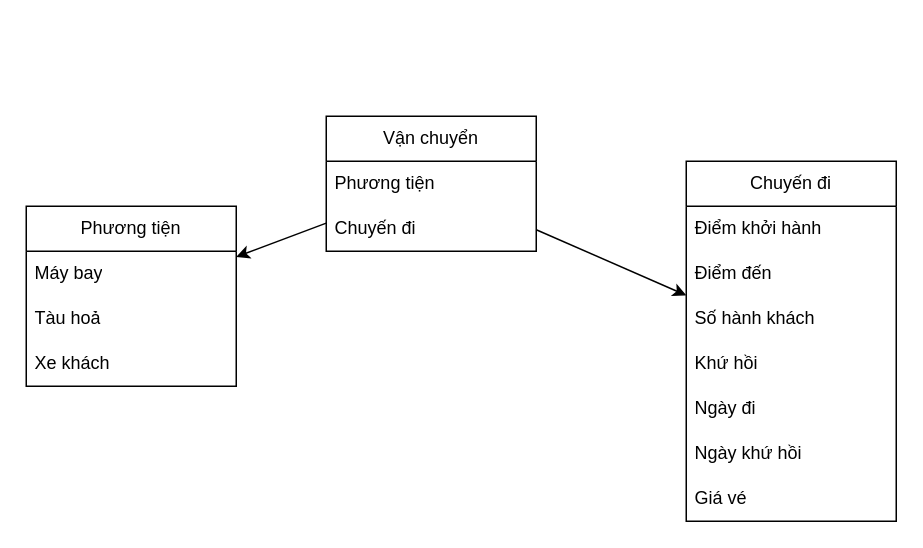
The draw.io diagram phuongTienDataBase.drawio in MNCuong/webdulich, before the edit. Source tidied: cells renumbered, new cells numbered last; positions are measured from the earlier drawing's top-left corner, leaving out a move shared by most shapes. Both pictures are drawn from the tidied source at 150%, with x=0, y=0 at pixel (26, 116).
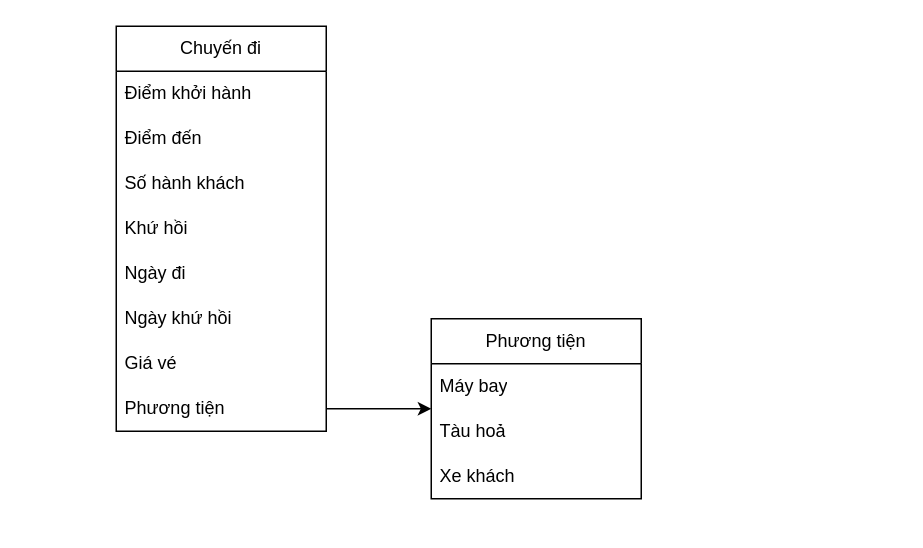
The same page after the edit.

What changed in the source:
```diff
@@
 <mxGraphModel>
   <root>
     <mxCell id="0" />
     <mxCell id="1" parent="0" />
-    <mxCell id="2" style="edgeStyle=none;html=1;" parent="1" edge="1" source="4" target="7">
-      <mxGeometry relative="1" as="geometry" />
-    </mxCell>
-    <mxCell id="3" style="edgeStyle=none;html=1;" parent="1" edge="1" source="4" target="11">
-      <mxGeometry relative="1" as="geometry" />
-    </mxCell>
-    <mxCell id="4" value="Vận chuyển" style="swimlane;fontStyle=0;horizontal=1;startSize=30;whiteSpace=wrap;html=1;" parent="1" vertex="1">
-      <mxGeometry x="200" width="140" height="90" as="geometry" />
-    </mxCell>
-    <mxCell id="5" value="Phương tiện" style="text;strokeColor=none;fillColor=none;align=left;verticalAlign=middle;spacingLeft=4;spacingRight=4;overflow=hidden;points=[[0,0.5],[1,0.5]];portConstraint=eastwest;whiteSpace=wrap;html=1;" parent="4" vertex="1">
-      <mxGeometry y="30" width="140" height="30" as="geometry" />
-    </mxCell>
-    <mxCell id="6" value="Chuyến đi" style="text;strokeColor=none;fillColor=none;align=left;verticalAlign=middle;spacingLeft=4;spacingRight=4;overflow=hidden;whiteSpace=wrap;html=1;" parent="4" vertex="1">
-      <mxGeometry y="60" width="140" height="30" as="geometry" />
-    </mxCell>
     <mxCell id="7" value="Phương tiện" style="swimlane;fontStyle=0;horizontal=1;startSize=30;whiteSpace=wrap;html=1;" parent="1" vertex="1">
-      <mxGeometry y="60" width="140" height="120" as="geometry" />
+      <mxGeometry x="270" y="135" width="140" height="120" as="geometry" />
     </mxCell>
     <mxCell id="8" value="Máy bay" style="text;strokeColor=none;fillColor=none;align=left;verticalAlign=middle;spacingLeft=4;spacingRight=4;overflow=hidden;whiteSpace=wrap;html=1;" parent="7" vertex="1">
       <mxGeometry y="30" width="140" height="30" as="geometry" />
     </mxCell>
     <mxCell id="9" value="Tàu hoả" style="text;strokeColor=none;fillColor=none;align=left;verticalAlign=middle;spacingLeft=4;spacingRight=4;overflow=hidden;whiteSpace=wrap;html=1;" parent="7" vertex="1">
       <mxGeometry y="60" width="140" height="30" as="geometry" />
     </mxCell>
     <mxCell id="10" value="Xe khách" style="text;strokeColor=none;fillColor=none;align=left;verticalAlign=middle;spacingLeft=4;spacingRight=4;overflow=hidden;whiteSpace=wrap;html=1;" parent="7" vertex="1">
       <mxGeometry y="90" width="140" height="30" as="geometry" />
     </mxCell>
     <mxCell id="11" value="Chuyến đi" style="swimlane;fontStyle=0;horizontal=1;startSize=30;whiteSpace=wrap;html=1;" parent="1" vertex="1">
-      <mxGeometry x="440" y="30" width="140" height="240" as="geometry" />
+      <mxGeometry x="60" y="-60" width="140" height="270" as="geometry" />
     </mxCell>
     <mxCell id="12" value="Điểm khởi hành" style="text;strokeColor=none;fillColor=none;align=left;verticalAlign=middle;spacingLeft=4;spacingRight=4;overflow=hidden;whiteSpace=wrap;html=1;" parent="11" vertex="1">
       <mxGeometry y="30" width="140" height="30" as="geometry" />
     </mxCell>
     <mxCell id="13" value="Điểm đến" style="text;strokeColor=none;fillColor=none;align=left;verticalAlign=middle;spacingLeft=4;spacingRight=4;overflow=hidden;whiteSpace=wrap;html=1;" parent="11" vertex="1">
       <mxGeometry y="60" width="140" height="30" as="geometry" />
     </mxCell>
     <mxCell id="14" value="Số hành khách" style="text;strokeColor=none;fillColor=none;align=left;verticalAlign=middle;spacingLeft=4;spacingRight=4;overflow=hidden;whiteSpace=wrap;html=1;" parent="11" vertex="1">
       <mxGeometry y="90" width="140" height="30" as="geometry" />
     </mxCell>
     <mxCell id="15" value="Khứ hồi" style="text;strokeColor=none;fillColor=none;align=left;verticalAlign=middle;spacingLeft=4;spacingRight=4;overflow=hidden;whiteSpace=wrap;html=1;" parent="11" vertex="1">
       <mxGeometry y="120" width="140" height="30" as="geometry" />
     </mxCell>
     <mxCell id="16" value="Ngày đi" style="text;strokeColor=none;fillColor=none;align=left;verticalAlign=middle;spacingLeft=4;spacingRight=4;overflow=hidden;whiteSpace=wrap;html=1;" parent="11" vertex="1">
       <mxGeometry y="150" width="140" height="30" as="geometry" />
     </mxCell>
     <mxCell id="17" value="Ngày khứ hồi" style="text;strokeColor=none;fillColor=none;align=left;verticalAlign=middle;spacingLeft=4;spacingRight=4;overflow=hidden;whiteSpace=wrap;html=1;" parent="11" vertex="1">
       <mxGeometry y="180" width="140" height="30" as="geometry" />
     </mxCell>
     <mxCell id="18" value="Giá vé" style="text;strokeColor=none;fillColor=none;align=left;verticalAlign=middle;spacingLeft=4;spacingRight=4;overflow=hidden;whiteSpace=wrap;html=1;" parent="11" vertex="1">
       <mxGeometry y="210" width="140" height="30" as="geometry" />
     </mxCell>
+    <mxCell id="5" value="Phương tiện" style="text;strokeColor=none;fillColor=none;align=left;verticalAlign=middle;spacingLeft=4;spacingRight=4;overflow=hidden;points=[[0,0.5],[1,0.5]];portConstraint=eastwest;whiteSpace=wrap;html=1;" parent="11" vertex="1">
+      <mxGeometry y="240" width="140" height="30" as="geometry" />
+    </mxCell>
+    <mxCell id="19" style="edgeStyle=none;html=1;" parent="1" edge="1" source="5" target="7">
+      <mxGeometry relative="1" as="geometry" />
+    </mxCell>
   </root>
 </mxGraphModel>
```
